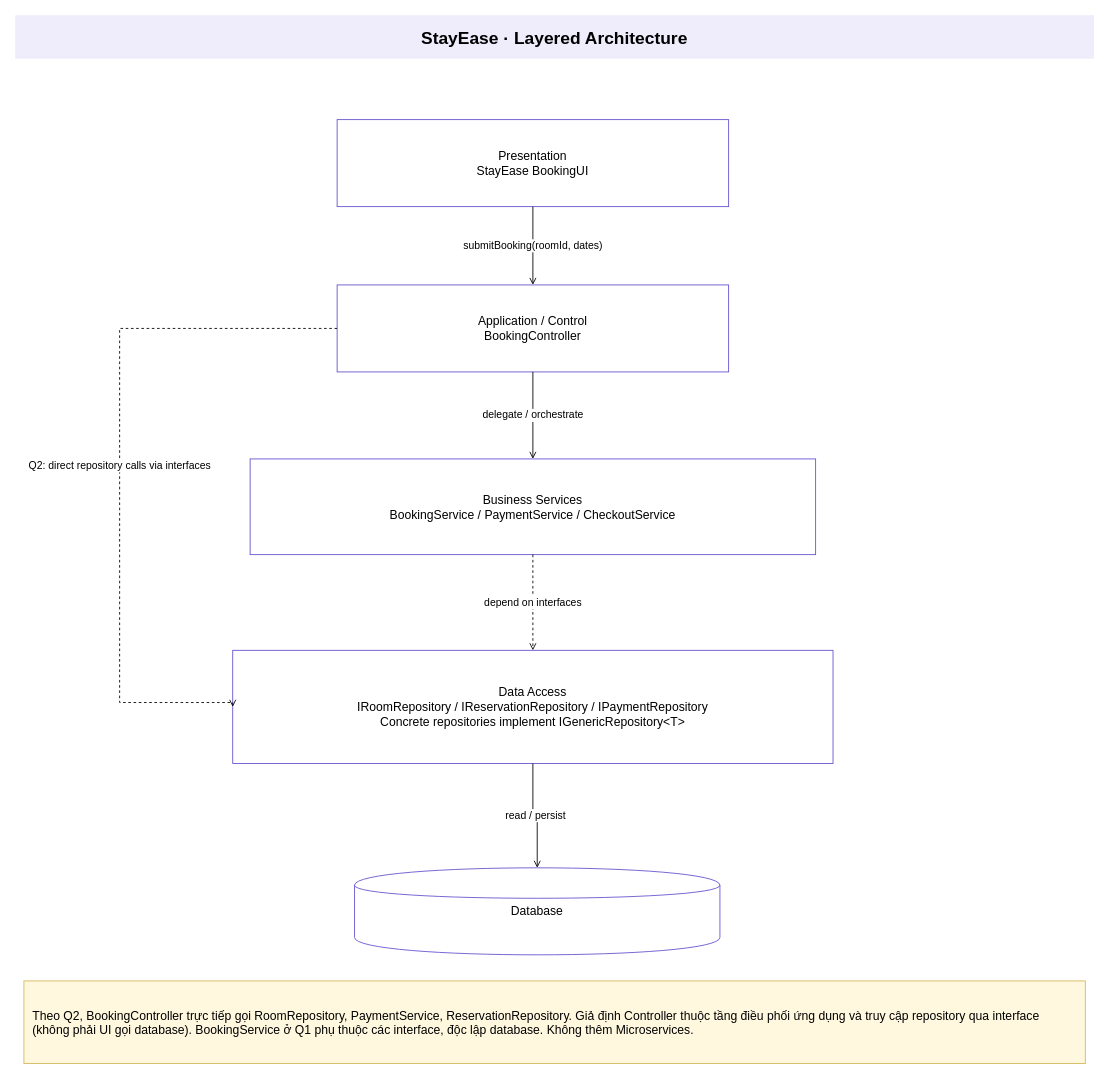
Earlier version of the draw.io diagram page "00 Layered Architecture" (1 of 4) of public/templates/stayease_PE.drawio (khangpd15/SWD302_KHANG). Source tidied: cells renumbered, new cells numbered last; positions are measured from the earlier drawing's top-left corner, leaving out a move shared by most shapes. Both pictures are drawn from the tidied source at 87%, with x=0, y=0 at pixel (15, 15).
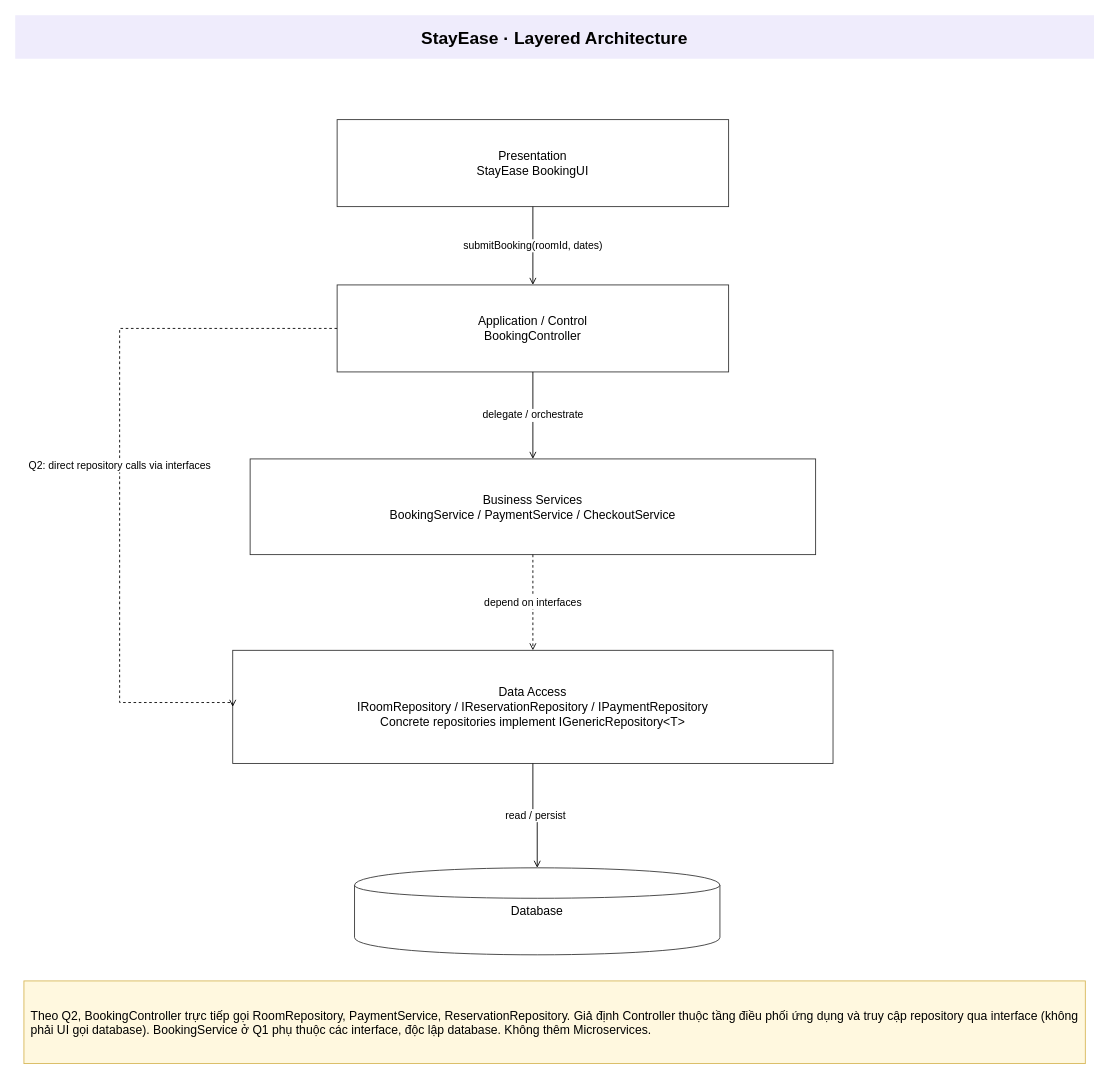
After the change.

Change to the diagram source:
```diff
@@
 <mxGraphModel>
   <root>
     <mxCell id="0" />
     <mxCell id="1" parent="0" />
-    <mxCell id="2" value="&lt;b&gt;StayEase · Layered Architecture&lt;/b&gt;" style="rounded=0;whiteSpace=wrap;html=1;fillColor=#ffffff;strokeColor=#6551ce;fontSize=14;spacing=10;fillColor=#efecfc;strokeColor=none;fontSize=20;" parent="1" vertex="1">
+    <mxCell id="2" value="&lt;b&gt;StayEase · Layered Architecture&lt;/b&gt;" style="rounded=0;whiteSpace=wrap;html=1;fillColor=#ffffff;strokeColor=#333333;fontSize=14;spacing=8;fillColor=#efecfc;strokeColor=none;fontSize=20;" parent="1" vertex="1">
       <mxGeometry width="1240" height="50" as="geometry" />
     </mxCell>
-    <mxCell id="3" value="Presentation&lt;br/&gt;StayEase BookingUI" style="rounded=0;whiteSpace=wrap;html=1;fillColor=#ffffff;strokeColor=#6551ce;fontSize=14;spacing=10;" parent="1" vertex="1">
+    <mxCell id="3" value="Presentation&lt;br/&gt;StayEase BookingUI" style="rounded=0;whiteSpace=wrap;html=1;fillColor=#ffffff;strokeColor=#333333;fontSize=14;spacing=8;" parent="1" vertex="1">
       <mxGeometry x="370" y="120" width="450" height="100" as="geometry" />
     </mxCell>
-    <mxCell id="4" value="Application / Control&lt;br/&gt;BookingController" style="rounded=0;whiteSpace=wrap;html=1;fillColor=#ffffff;strokeColor=#6551ce;fontSize=14;spacing=10;" parent="1" vertex="1">
+    <mxCell id="4" value="Application / Control&lt;br/&gt;BookingController" style="rounded=0;whiteSpace=wrap;html=1;fillColor=#ffffff;strokeColor=#333333;fontSize=14;spacing=8;" parent="1" vertex="1">
       <mxGeometry x="370" y="310" width="450" height="100" as="geometry" />
     </mxCell>
-    <mxCell id="5" value="Business Services&lt;br/&gt;BookingService / PaymentService / CheckoutService" style="rounded=0;whiteSpace=wrap;html=1;fillColor=#ffffff;strokeColor=#6551ce;fontSize=14;spacing=10;" parent="1" vertex="1">
+    <mxCell id="5" value="Business Services&lt;br/&gt;BookingService / PaymentService / CheckoutService" style="rounded=0;whiteSpace=wrap;html=1;fillColor=#ffffff;strokeColor=#333333;fontSize=14;spacing=8;" parent="1" vertex="1">
       <mxGeometry x="270" y="510" width="650" height="110" as="geometry" />
     </mxCell>
-    <mxCell id="6" value="Data Access&lt;br/&gt;IRoomRepository / IReservationRepository / IPaymentRepository&lt;br/&gt;Concrete repositories implement IGenericRepository&amp;lt;T&amp;gt;" style="rounded=0;whiteSpace=wrap;html=1;fillColor=#ffffff;strokeColor=#6551ce;fontSize=14;spacing=10;" parent="1" vertex="1">
+    <mxCell id="6" value="Data Access&lt;br/&gt;IRoomRepository / IReservationRepository / IPaymentRepository&lt;br/&gt;Concrete repositories implement IGenericRepository&amp;lt;T&amp;gt;" style="rounded=0;whiteSpace=wrap;html=1;fillColor=#ffffff;strokeColor=#333333;fontSize=14;spacing=8;" parent="1" vertex="1">
       <mxGeometry x="250" y="730" width="690" height="130" as="geometry" />
     </mxCell>
-    <mxCell id="7" value="Database" style="rounded=0;whiteSpace=wrap;html=1;fillColor=#ffffff;strokeColor=#6551ce;fontSize=14;spacing=10;shape=cylinder;" parent="1" vertex="1">
+    <mxCell id="7" value="Database" style="rounded=0;whiteSpace=wrap;html=1;fillColor=#ffffff;strokeColor=#333333;fontSize=14;spacing=8;shape=cylinder;" parent="1" vertex="1">
       <mxGeometry x="390" y="980" width="420" height="100" as="geometry" />
     </mxCell>
     <mxCell id="8" value="submitBooking(roomId, dates)" style="edgeStyle=orthogonalEdgeStyle;rounded=0;html=1;endArrow=open;endFill=0;fontSize=12;labelBackgroundColor=#ffffff;" parent="1" edge="1" source="3" target="4">
       <mxGeometry relative="1" as="geometry" />
     </mxCell>
     <mxCell id="9" value="delegate / orchestrate" style="edgeStyle=orthogonalEdgeStyle;rounded=0;html=1;endArrow=open;endFill=0;fontSize=12;labelBackgroundColor=#ffffff;" parent="1" edge="1" source="4" target="5">
       <mxGeometry relative="1" as="geometry" />
     </mxCell>
     <mxCell id="10" value="depend on interfaces" style="edgeStyle=orthogonalEdgeStyle;rounded=0;html=1;endArrow=open;endFill=0;fontSize=12;labelBackgroundColor=#ffffff;dashed=1;" parent="1" edge="1" source="5" target="6">
       <mxGeometry relative="1" as="geometry" />
     </mxCell>
     <mxCell id="11" value="read / persist" style="edgeStyle=orthogonalEdgeStyle;rounded=0;html=1;endArrow=open;endFill=0;fontSize=12;labelBackgroundColor=#ffffff;" parent="1" edge="1" source="6" target="7">
       <mxGeometry relative="1" as="geometry" />
     </mxCell>
     <mxCell id="12" value="Q2: direct repository calls via interfaces" style="edgeStyle=orthogonalEdgeStyle;rounded=0;html=1;endArrow=open;endFill=0;fontSize=12;labelBackgroundColor=#ffffff;dashed=1;exitX=0;exitY=0.5;entryX=0;entryY=0.5;" parent="1" edge="1" source="4" target="6">
       <mxGeometry relative="1" as="geometry">
         <Array as="points">
           <mxPoint x="120" y="360" />
           <mxPoint x="120" y="790" />
         </Array>
       </mxGeometry>
     </mxCell>
-    <mxCell id="13" value="Theo Q2, BookingController trực tiếp gọi RoomRepository, PaymentService, ReservationRepository. Giả định Controller thuộc tầng điều phối ứng dụng và truy cập repository qua interface (không phải UI gọi database). BookingService ở Q1 phụ thuộc các interface, độc lập database. Không thêm Microservices." style="rounded=0;whiteSpace=wrap;html=1;fillColor=#ffffff;strokeColor=#6551ce;fontSize=14;spacing=10;fillColor=#fff8df;strokeColor=#d6b656;align=left;" parent="1" vertex="1">
+    <mxCell id="13" value="Theo Q2, BookingController trực tiếp gọi RoomRepository, PaymentService, ReservationRepository. Giả định Controller thuộc tầng điều phối ứng dụng và truy cập repository qua interface (không phải UI gọi database). BookingService ở Q1 phụ thuộc các interface, độc lập database. Không thêm Microservices." style="rounded=0;whiteSpace=wrap;html=1;fillColor=#ffffff;strokeColor=#333333;fontSize=14;spacing=8;fillColor=#fff8df;strokeColor=#d6b656;align=left;" parent="1" vertex="1">
       <mxGeometry x="10" y="1110" width="1220" height="95" as="geometry" />
     </mxCell>
   </root>
 </mxGraphModel>
```
